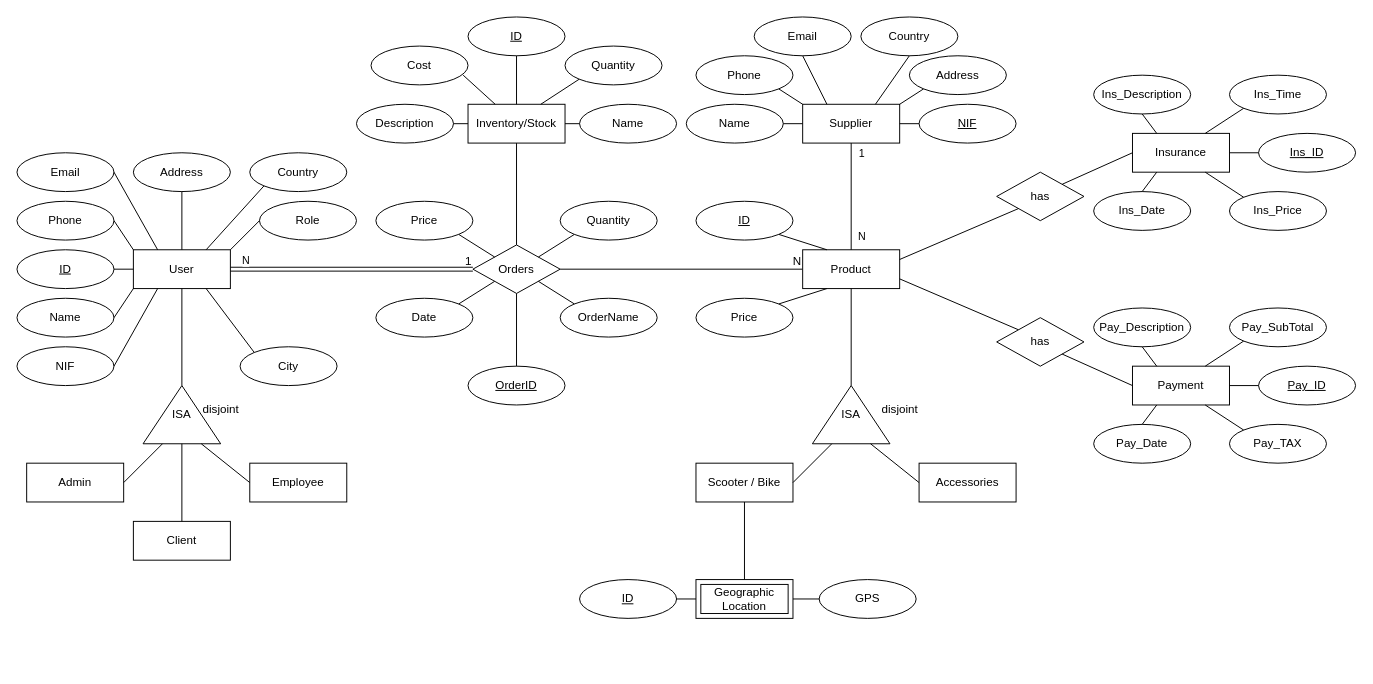
The draw.io diagram RentalService.drawio in joaoafonso02/BD, before the edit. Source tidied: cells renumbered, new cells numbered last; positions are measured from the earlier drawing's top-left corner, leaving out a move shared by most shapes. Both pictures are drawn from the tidied source at 97%, with x=0, y=0 at pixel (16, 16).
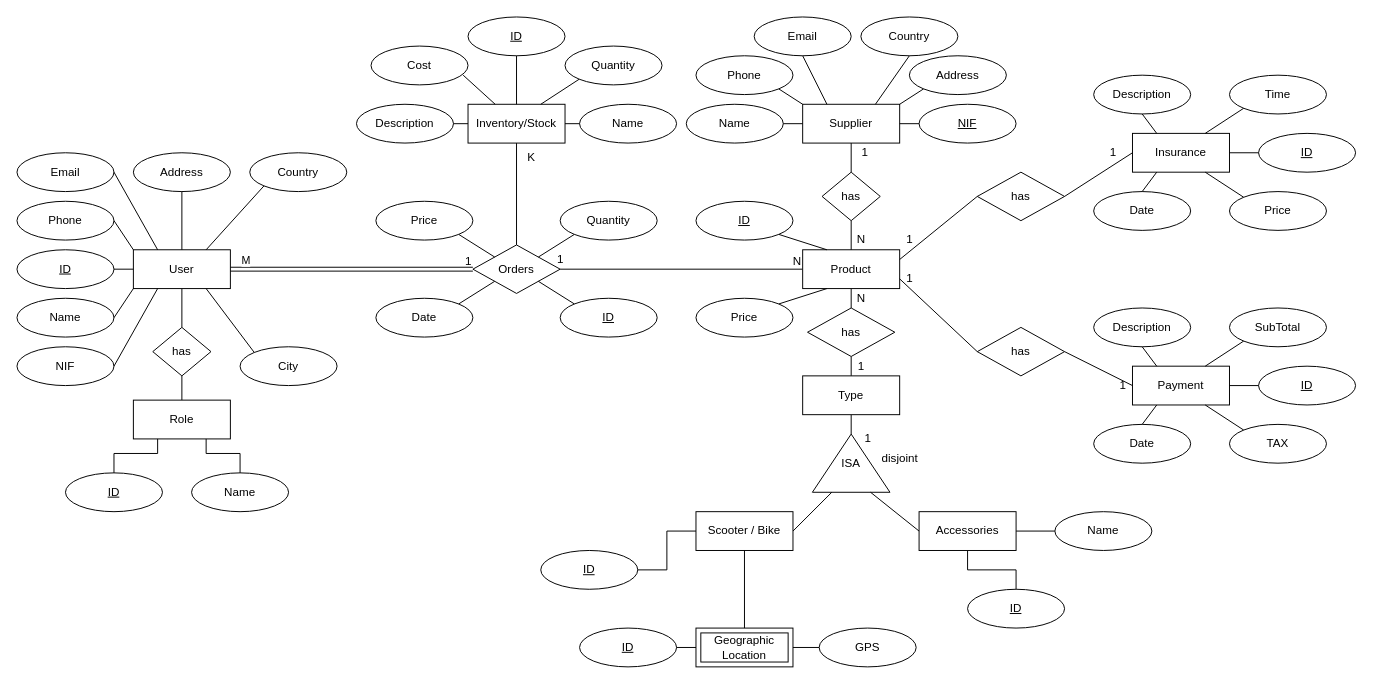
The same page after the edit.

The change refers to these unchanged cells:
```xml
<mxCell id="2" value="User" style="whiteSpace=wrap;html=1;align=center;" parent="1" vertex="1">
  <mxGeometry x="120" y="240" width="100" height="40" as="geometry" />
</mxCell>
<mxCell id="29" style="shape=link;html=1;rounded=0;entryX=0;entryY=0.5;entryDx=0;entryDy=0;" parent="1" edge="1" target="32">
  <mxGeometry relative="1" as="geometry">
    <mxPoint x="220" y="260" as="sourcePoint" />
  </mxGeometry>
</mxCell>
<mxCell id="32" value="Orders" style="shape=rhombus;perimeter=rhombusPerimeter;whiteSpace=wrap;html=1;align=center;" parent="1" vertex="1">
  <mxGeometry x="470" y="235" width="90" height="50" as="geometry" />
</mxCell>
<mxCell id="46" value="Inventory/Stock" style="whiteSpace=wrap;html=1;align=center;" parent="1" vertex="1">
  <mxGeometry x="465" y="90" width="100" height="40" as="geometry" />
</mxCell>
<mxCell id="57" value="Product" style="whiteSpace=wrap;html=1;align=center;" parent="1" vertex="1">
  <mxGeometry x="810" y="240" width="100" height="40" as="geometry" />
</mxCell>
<mxCell id="58" value="Supplier" style="whiteSpace=wrap;html=1;align=center;" parent="1" vertex="1">
  <mxGeometry x="810" y="90" width="100" height="40" as="geometry" />
</mxCell>
<mxCell id="84" value="Insurance" style="whiteSpace=wrap;html=1;align=center;" parent="1" vertex="1">
  <mxGeometry x="1150" y="120" width="100" height="40" as="geometry" />
</mxCell>
<mxCell id="85" value="Payment" style="whiteSpace=wrap;html=1;align=center;" parent="1" vertex="1">
  <mxGeometry x="1150" y="360" width="100" height="40" as="geometry" />
</mxCell>
```

What changed in the source:
```diff
@@
+    <mxCell id="120" style="edgeStyle=orthogonalEdgeStyle;rounded=0;jettySize=auto;html=1;exitX=0.5;exitY=1;exitDx=0;exitDy=0;entryX=0.5;entryY=0;entryDx=0;entryDy=0;endArrow=none;endFill=0;" parent="1" edge="1" source="2" target="148">
+      <mxGeometry relative="1" as="geometry" />
+    </mxCell>
@@
-    <mxCell id="11" style="endArrow=none;html=1;rounded=0;exitX=0.5;exitY=1;exitDx=0;exitDy=0;entryX=1;entryY=0.5;entryDx=0;entryDy=0;" parent="1" edge="1" source="2" target="20">
-      <mxGeometry relative="1" as="geometry" />
-    </mxCell>
@@
-    <mxCell id="20" value="ISA" style="triangle;whiteSpace=wrap;html=1;direction=north;" parent="1" vertex="1">
-      <mxGeometry x="130" y="380" width="80" height="60" as="geometry" />
-    </mxCell>
-    <mxCell id="21" value="Client" style="whiteSpace=wrap;html=1;align=center;" parent="1" vertex="1">
-      <mxGeometry x="120" y="520" width="100" height="40" as="geometry" />
-    </mxCell>
-    <mxCell id="22" value="Admin" style="whiteSpace=wrap;html=1;align=center;" parent="1" vertex="1">
-      <mxGeometry x="10" y="460" width="100" height="40" as="geometry" />
-    </mxCell>
-    <mxCell id="23" value="Employee" style="whiteSpace=wrap;html=1;align=center;" parent="1" vertex="1">
-      <mxGeometry x="240" y="460" width="100" height="40" as="geometry" />
-    </mxCell>
-    <mxCell id="24" style="endArrow=none;html=1;rounded=0;entryX=0;entryY=0.5;entryDx=0;entryDy=0;exitX=0.5;exitY=0;exitDx=0;exitDy=0;" parent="1" edge="1" source="21" target="20">
-      <mxGeometry relative="1" as="geometry" />
-    </mxCell>
-    <mxCell id="25" style="endArrow=none;html=1;rounded=0;entryX=0;entryY=0.25;entryDx=0;entryDy=0;exitX=1;exitY=0.5;exitDx=0;exitDy=0;" parent="1" edge="1" source="22" target="20">
-      <mxGeometry relative="1" as="geometry" />
-    </mxCell>
-    <mxCell id="26" style="endArrow=none;html=1;rounded=0;entryX=0;entryY=0.75;entryDx=0;entryDy=0;exitX=0;exitY=0.5;exitDx=0;exitDy=0;" parent="1" edge="1" source="23" target="20">
-      <mxGeometry relative="1" as="geometry">
-        <Array as="points">
-          <mxPoint x="240" y="480" />
-        </Array>
-      </mxGeometry>
-    </mxCell>
-    <mxCell id="27" value="Role" style="ellipse;whiteSpace=wrap;html=1;align=center;" parent="1" vertex="1">
-      <mxGeometry x="250" y="190" width="100" height="40" as="geometry" />
-    </mxCell>
-    <mxCell id="28" style="endArrow=none;html=1;rounded=0;exitX=0;exitY=0.5;exitDx=0;exitDy=0;" parent="1" edge="1" source="27">
-      <mxGeometry relative="1" as="geometry">
-        <mxPoint x="220" y="240" as="targetPoint" />
-      </mxGeometry>
-    </mxCell>
@@
-    <mxCell id="31" value="N" style="edgeLabel;html=1;align=center;verticalAlign=middle;" parent="29" vertex="1">
+    <mxCell id="31" value="M" style="edgeLabel;html=1;align=center;verticalAlign=middle;" parent="29" vertex="1">
       <mxGeometry x="-0.88" y="6" relative="1" as="geometry">
         <mxPoint y="-4" as="offset" />
       </mxGeometry>
     </mxCell>
+    <mxCell id="121" style="edgeStyle=orthogonalEdgeStyle;rounded=0;jettySize=auto;html=1;exitX=0.5;exitY=0;exitDx=0;exitDy=0;entryX=0.5;entryY=1;entryDx=0;entryDy=0;endArrow=none;endFill=0;" parent="1" edge="1" source="32" target="46">
+      <mxGeometry relative="1" as="geometry" />
+    </mxCell>
@@
-    <mxCell id="35" value="OrderName" style="ellipse;whiteSpace=wrap;html=1;align=center;" parent="1" vertex="1">
-      <mxGeometry x="560" y="290" width="100" height="40" as="geometry" />
-    </mxCell>
-    <mxCell id="36" value="&lt;u&gt;OrderID&lt;/u&gt;" style="ellipse;whiteSpace=wrap;html=1;align=center;" parent="1" vertex="1">
-      <mxGeometry x="465" y="360" width="100" height="40" as="geometry" />
+    <mxCell id="36" value="&lt;u&gt;ID&lt;/u&gt;" style="ellipse;whiteSpace=wrap;html=1;align=center;" parent="1" vertex="1">
+      <mxGeometry x="560" y="290" width="100" height="40" as="geometry" />
     </mxCell>
@@
-    <mxCell id="40" style="endArrow=none;html=1;rounded=0;exitX=0.5;exitY=1;exitDx=0;exitDy=0;entryX=0.5;entryY=0;entryDx=0;entryDy=0;" parent="1" edge="1" source="32" target="36">
+    <mxCell id="40" style="endArrow=none;html=1;rounded=0;exitX=1;exitY=1;exitDx=0;exitDy=0;entryX=0;entryY=0;entryDx=0;entryDy=0;" parent="1" edge="1" source="32" target="36">
       <mxGeometry relative="1" as="geometry" />
     </mxCell>
-    <mxCell id="41" style="endArrow=none;html=1;rounded=0;exitX=1;exitY=1;exitDx=0;exitDy=0;entryX=0;entryY=0;entryDx=0;entryDy=0;" parent="1" edge="1" source="32" target="35">
-      <mxGeometry relative="1" as="geometry" />
-    </mxCell>
@@
-    <mxCell id="45" style="endArrow=none;html=1;rounded=0;exitX=0.5;exitY=1;exitDx=0;exitDy=0;entryX=0.5;entryY=0;entryDx=0;entryDy=0;" parent="1" edge="1" source="46" target="32">
-      <mxGeometry relative="1" as="geometry" />
-    </mxCell>
@@
+    <mxCell id="122" style="edgeStyle=orthogonalEdgeStyle;rounded=0;jettySize=auto;html=1;exitX=0.5;exitY=1;exitDx=0;exitDy=0;entryX=0.5;entryY=0;entryDx=0;entryDy=0;endArrow=none;endFill=0;" parent="1" edge="1" source="57" target="133">
+      <mxGeometry relative="1" as="geometry" />
+    </mxCell>
@@
-    <mxCell id="59" style="endArrow=none;html=1;rounded=0;exitX=0.5;exitY=1;exitDx=0;exitDy=0;entryX=0.5;entryY=0;entryDx=0;entryDy=0;" parent="1" edge="1" source="58" target="57">
-      <mxGeometry relative="1" as="geometry" />
-    </mxCell>
-    <mxCell id="60" value="N" style="edgeLabel;html=1;align=center;verticalAlign=middle;" parent="59" vertex="1">
-      <mxGeometry x="0.73" relative="1" as="geometry">
-        <mxPoint x="10" as="offset" />
-      </mxGeometry>
-    </mxCell>
-    <mxCell id="61" value="1" style="edgeLabel;html=1;align=center;verticalAlign=middle;" parent="59" vertex="1">
-      <mxGeometry x="-0.82" y="1" relative="1" as="geometry">
-        <mxPoint x="9" as="offset" />
-      </mxGeometry>
-    </mxCell>
@@
     <mxCell id="66" value="ISA" style="triangle;whiteSpace=wrap;html=1;direction=north;" parent="1" vertex="1">
-      <mxGeometry x="820" y="380" width="80" height="60" as="geometry" />
+      <mxGeometry x="820" y="430" width="80" height="60" as="geometry" />
     </mxCell>
     <mxCell id="67" value="Scooter / Bike" style="whiteSpace=wrap;html=1;align=center;" parent="1" vertex="1">
-      <mxGeometry x="700" y="460" width="100" height="40" as="geometry" />
+      <mxGeometry x="700" y="510" width="100" height="40" as="geometry" />
     </mxCell>
+    <mxCell id="123" style="edgeStyle=orthogonalEdgeStyle;rounded=0;jettySize=auto;html=1;exitX=0.5;exitY=1;exitDx=0;exitDy=0;entryX=0.5;entryY=0;entryDx=0;entryDy=0;endArrow=none;endFill=0;" parent="1" edge="1" source="68" target="140">
+      <mxGeometry relative="1" as="geometry" />
+    </mxCell>
+    <mxCell id="124" style="edgeStyle=orthogonalEdgeStyle;rounded=0;jettySize=auto;html=1;exitX=1;exitY=0.5;exitDx=0;exitDy=0;entryX=0;entryY=0.5;entryDx=0;entryDy=0;endArrow=none;endFill=0;" parent="1" edge="1" source="68" target="141">
+      <mxGeometry relative="1" as="geometry" />
+    </mxCell>
     <mxCell id="68" value="Accessories" style="whiteSpace=wrap;html=1;align=center;" parent="1" vertex="1">
-      <mxGeometry x="930" y="460" width="100" height="40" as="geometry" />
+      <mxGeometry x="930" y="510" width="100" height="40" as="geometry" />
     </mxCell>
@@
     <mxCell id="70" style="endArrow=none;html=1;rounded=0;entryX=0;entryY=0.75;entryDx=0;entryDy=0;exitX=0;exitY=0.5;exitDx=0;exitDy=0;" parent="1" edge="1" source="68" target="66">
       <mxGeometry relative="1" as="geometry">
         <Array as="points">
-          <mxPoint x="930" y="480" />
+          <mxPoint x="930" y="530" />
         </Array>
       </mxGeometry>
     </mxCell>
-    <mxCell id="71" style="endArrow=none;html=1;rounded=0;exitX=0.5;exitY=1;exitDx=0;exitDy=0;entryX=1;entryY=0.5;entryDx=0;entryDy=0;" parent="1" edge="1" source="57" target="66">
-      <mxGeometry relative="1" as="geometry" />
-    </mxCell>
-    <mxCell id="72" value="disjoint" style="text;html=1;align=center;verticalAlign=middle;strokeColor=none;fillColor=none;" parent="1" vertex="1">
-      <mxGeometry x="180" y="390" width="60" height="30" as="geometry" />
-    </mxCell>
     <mxCell id="73" value="disjoint" style="text;html=1;align=center;verticalAlign=middle;strokeColor=none;fillColor=none;" parent="1" vertex="1">
-      <mxGeometry x="880" y="390" width="60" height="30" as="geometry" />
+      <mxGeometry x="880" y="440" width="60" height="30" as="geometry" />
     </mxCell>
     <mxCell id="74" value="Geographic Location" style="shape=ext;margin=3;double=1;whiteSpace=wrap;html=1;align=center;" parent="1" vertex="1">
-      <mxGeometry x="700" y="580" width="100" height="40" as="geometry" />
+      <mxGeometry x="700" y="630" width="100" height="40" as="geometry" />
     </mxCell>
     <mxCell id="75" value="&lt;u&gt;ID&lt;/u&gt;" style="ellipse;whiteSpace=wrap;html=1;align=center;" parent="1" vertex="1">
-      <mxGeometry x="580" y="580" width="100" height="40" as="geometry" />
+      <mxGeometry x="580" y="630" width="100" height="40" as="geometry" />
     </mxCell>
     <mxCell id="76" value="GPS" style="ellipse;whiteSpace=wrap;html=1;align=center;" parent="1" vertex="1">
-      <mxGeometry x="827" y="580" width="100" height="40" as="geometry" />
+      <mxGeometry x="827" y="630" width="100" height="40" as="geometry" />
     </mxCell>
     <mxCell id="77" style="endArrow=none;html=1;rounded=0;exitX=1;exitY=0.5;exitDx=0;exitDy=0;" parent="1" edge="1" source="75">
       <mxGeometry relative="1" as="geometry">
-        <mxPoint x="700" y="600" as="targetPoint" />
+        <mxPoint x="700" y="650" as="targetPoint" />
       </mxGeometry>
     </mxCell>
@@
-    <mxCell id="80" style="endArrow=none;html=1;rounded=0;exitX=1;exitY=0.75;exitDx=0;exitDy=0;entryX=0;entryY=0;entryDx=0;entryDy=0;" parent="1" edge="1" source="57" target="82">
+    <mxCell id="80" style="endArrow=none;html=1;rounded=0;exitX=1;exitY=0.75;exitDx=0;exitDy=0;entryX=0;entryY=0.5;entryDx=0;entryDy=0;" parent="1" edge="1" source="57" target="82">
       <mxGeometry relative="1" as="geometry" />
     </mxCell>
     <mxCell id="81" value="has" style="shape=rhombus;perimeter=rhombusPerimeter;whiteSpace=wrap;html=1;align=center;" parent="1" vertex="1">
-      <mxGeometry x="1010" y="160" width="90" height="50" as="geometry" />
+      <mxGeometry x="990" y="160" width="90" height="50" as="geometry" />
     </mxCell>
     <mxCell id="82" value="has" style="shape=rhombus;perimeter=rhombusPerimeter;whiteSpace=wrap;html=1;align=center;" parent="1" vertex="1">
-      <mxGeometry x="1010" y="310" width="90" height="50" as="geometry" />
+      <mxGeometry x="990" y="320" width="90" height="50" as="geometry" />
     </mxCell>
-    <mxCell id="83" style="endArrow=none;html=1;rounded=0;exitX=1;exitY=0.25;exitDx=0;exitDy=0;entryX=0;entryY=1;entryDx=0;entryDy=0;" parent="1" edge="1" source="57" target="81">
+    <mxCell id="83" style="endArrow=none;html=1;rounded=0;exitX=1;exitY=0.25;exitDx=0;exitDy=0;entryX=0;entryY=0.5;entryDx=0;entryDy=0;" parent="1" edge="1" source="57" target="81">
       <mxGeometry relative="1" as="geometry" />
     </mxCell>
@@
-    <mxCell id="86" style="endArrow=none;html=1;rounded=0;exitX=1;exitY=0;exitDx=0;exitDy=0;entryX=0;entryY=0.5;entryDx=0;entryDy=0;" parent="1" edge="1" source="81" target="84">
+    <mxCell id="86" style="endArrow=none;html=1;rounded=0;exitX=1;exitY=0.5;exitDx=0;exitDy=0;entryX=0;entryY=0.5;entryDx=0;entryDy=0;" parent="1" edge="1" source="81" target="84">
       <mxGeometry relative="1" as="geometry" />
     </mxCell>
-    <mxCell id="87" style="endArrow=none;html=1;rounded=0;exitX=1;exitY=1;exitDx=0;exitDy=0;entryX=0;entryY=0.5;entryDx=0;entryDy=0;" parent="1" edge="1" source="82" target="85">
+    <mxCell id="87" style="endArrow=none;html=1;rounded=0;exitX=1;exitY=0.5;exitDx=0;exitDy=0;entryX=0;entryY=0.5;entryDx=0;entryDy=0;" parent="1" edge="1" source="82" target="85">
       <mxGeometry relative="1" as="geometry" />
     </mxCell>
-    <mxCell id="88" value="&lt;u&gt;Pay_ID&lt;/u&gt;" style="ellipse;whiteSpace=wrap;html=1;align=center;" parent="1" vertex="1">
+    <mxCell id="88" value="&lt;u&gt;ID&lt;/u&gt;" style="ellipse;whiteSpace=wrap;html=1;align=center;" parent="1" vertex="1">
       <mxGeometry x="1280" y="360" width="100" height="40" as="geometry" />
     </mxCell>
-    <mxCell id="89" value="Pay_TAX" style="ellipse;whiteSpace=wrap;html=1;align=center;" parent="1" vertex="1">
+    <mxCell id="89" value="TAX" style="ellipse;whiteSpace=wrap;html=1;align=center;" parent="1" vertex="1">
       <mxGeometry x="1250" y="420" width="100" height="40" as="geometry" />
     </mxCell>
-    <mxCell id="90" value="Pay_Date" style="ellipse;whiteSpace=wrap;html=1;align=center;" parent="1" vertex="1">
+    <mxCell id="90" value="Date" style="ellipse;whiteSpace=wrap;html=1;align=center;" parent="1" vertex="1">
       <mxGeometry x="1110" y="420" width="100" height="40" as="geometry" />
     </mxCell>
-    <mxCell id="91" value="Pay_SubTotal" style="ellipse;whiteSpace=wrap;html=1;align=center;" parent="1" vertex="1">
+    <mxCell id="91" value="SubTotal" style="ellipse;whiteSpace=wrap;html=1;align=center;" parent="1" vertex="1">
       <mxGeometry x="1250" y="300" width="100" height="40" as="geometry" />
     </mxCell>
-    <mxCell id="92" value="Pay_Description" style="ellipse;whiteSpace=wrap;html=1;align=center;" parent="1" vertex="1">
+    <mxCell id="92" value="Description" style="ellipse;whiteSpace=wrap;html=1;align=center;" parent="1" vertex="1">
       <mxGeometry x="1110" y="300" width="100" height="40" as="geometry" />
     </mxCell>
-    <mxCell id="93" value="&lt;u&gt;Ins_ID&lt;/u&gt;" style="ellipse;whiteSpace=wrap;html=1;align=center;" parent="1" vertex="1">
+    <mxCell id="93" value="&lt;u&gt;ID&lt;/u&gt;" style="ellipse;whiteSpace=wrap;html=1;align=center;" parent="1" vertex="1">
       <mxGeometry x="1280" y="120" width="100" height="40" as="geometry" />
     </mxCell>
-    <mxCell id="94" value="Ins_Date" style="ellipse;whiteSpace=wrap;html=1;align=center;" parent="1" vertex="1">
+    <mxCell id="94" value="Date" style="ellipse;whiteSpace=wrap;html=1;align=center;" parent="1" vertex="1">
       <mxGeometry x="1110" y="180" width="100" height="40" as="geometry" />
     </mxCell>
-    <mxCell id="95" value="Ins_Price" style="ellipse;whiteSpace=wrap;html=1;align=center;" parent="1" vertex="1">
+    <mxCell id="95" value="Price" style="ellipse;whiteSpace=wrap;html=1;align=center;" parent="1" vertex="1">
       <mxGeometry x="1250" y="180" width="100" height="40" as="geometry" />
     </mxCell>
-    <mxCell id="96" value="Ins_Time" style="ellipse;whiteSpace=wrap;html=1;align=center;" parent="1" vertex="1">
+    <mxCell id="96" value="Time" style="ellipse;whiteSpace=wrap;html=1;align=center;" parent="1" vertex="1">
       <mxGeometry x="1250" y="60" width="100" height="40" as="geometry" />
     </mxCell>
-    <mxCell id="97" value="Ins_Description" style="ellipse;whiteSpace=wrap;html=1;align=center;" parent="1" vertex="1">
+    <mxCell id="97" value="Description" style="ellipse;whiteSpace=wrap;html=1;align=center;" parent="1" vertex="1">
       <mxGeometry x="1110" y="60" width="100" height="40" as="geometry" />
     </mxCell>
@@
+    <mxCell id="125" style="edgeStyle=orthogonalEdgeStyle;rounded=0;jettySize=auto;html=1;exitX=0.5;exitY=0;exitDx=0;exitDy=0;entryX=0.5;entryY=1;entryDx=0;entryDy=0;endArrow=none;endFill=0;" parent="1" edge="1" source="127" target="58">
+      <mxGeometry relative="1" as="geometry" />
+    </mxCell>
+    <mxCell id="126" style="edgeStyle=orthogonalEdgeStyle;rounded=0;jettySize=auto;html=1;exitX=0.5;exitY=1;exitDx=0;exitDy=0;entryX=0.5;entryY=0;entryDx=0;entryDy=0;endArrow=none;endFill=0;" parent="1" edge="1" source="127" target="57">
+      <mxGeometry relative="1" as="geometry" />
+    </mxCell>
+    <mxCell id="127" value="&lt;div&gt;has&lt;/div&gt;" style="rhombus;whiteSpace=wrap;html=1;" parent="1" vertex="1">
+      <mxGeometry x="830" y="160" width="60" height="50" as="geometry" />
+    </mxCell>
+    <mxCell id="128" value="&lt;div&gt;N&lt;/div&gt;" style="text;html=1;align=center;verticalAlign=middle;strokeColor=none;fillColor=none;" parent="1" vertex="1">
+      <mxGeometry x="855" y="215" width="30" height="30" as="geometry" />
+    </mxCell>
+    <mxCell id="129" value="1" style="text;html=1;align=center;verticalAlign=middle;strokeColor=none;fillColor=none;" parent="1" vertex="1">
+      <mxGeometry x="545" y="235" width="30" height="30" as="geometry" />
+    </mxCell>
+    <mxCell id="130" value="K" style="text;html=1;align=center;verticalAlign=middle;strokeColor=none;fillColor=none;" parent="1" vertex="1">
+      <mxGeometry x="515" y="130" width="30" height="30" as="geometry" />
+    </mxCell>
+    <mxCell id="131" value="1" style="text;html=1;align=center;verticalAlign=middle;strokeColor=none;fillColor=none;" parent="1" vertex="1">
+      <mxGeometry x="859" y="125" width="30" height="30" as="geometry" />
+    </mxCell>
+    <mxCell id="132" style="edgeStyle=orthogonalEdgeStyle;rounded=0;jettySize=auto;html=1;exitX=0.5;exitY=1;exitDx=0;exitDy=0;entryX=0.5;entryY=0;entryDx=0;entryDy=0;endArrow=none;endFill=0;" parent="1" edge="1" source="133" target="135">
+      <mxGeometry relative="1" as="geometry" />
+    </mxCell>
+    <mxCell id="133" value="has" style="shape=rhombus;perimeter=rhombusPerimeter;whiteSpace=wrap;html=1;align=center;" parent="1" vertex="1">
+      <mxGeometry x="815" y="300" width="90" height="50" as="geometry" />
+    </mxCell>
+    <mxCell id="134" style="edgeStyle=orthogonalEdgeStyle;rounded=0;jettySize=auto;html=1;exitX=0.5;exitY=1;exitDx=0;exitDy=0;entryX=1;entryY=0.5;entryDx=0;entryDy=0;endArrow=none;endFill=0;" parent="1" edge="1" source="135" target="66">
+      <mxGeometry relative="1" as="geometry" />
+    </mxCell>
+    <mxCell id="135" value="Type" style="whiteSpace=wrap;html=1;align=center;" parent="1" vertex="1">
+      <mxGeometry x="810" y="370" width="100" height="40" as="geometry" />
+    </mxCell>
+    <mxCell id="136" value="1" style="text;html=1;align=center;verticalAlign=middle;strokeColor=none;fillColor=none;" parent="1" vertex="1">
+      <mxGeometry x="855" y="345" width="30" height="30" as="geometry" />
+    </mxCell>
+    <mxCell id="137" value="1" style="text;html=1;align=center;verticalAlign=middle;strokeColor=none;fillColor=none;" parent="1" vertex="1">
+      <mxGeometry x="862" y="420" width="30" height="30" as="geometry" />
+    </mxCell>
+    <mxCell id="138" style="edgeStyle=orthogonalEdgeStyle;rounded=0;jettySize=auto;html=1;exitX=1;exitY=0.5;exitDx=0;exitDy=0;entryX=0;entryY=0.5;entryDx=0;entryDy=0;endArrow=none;endFill=0;" parent="1" edge="1" source="139" target="67">
+      <mxGeometry relative="1" as="geometry" />
+    </mxCell>
+    <mxCell id="139" value="&lt;u&gt;ID&lt;/u&gt;" style="ellipse;whiteSpace=wrap;html=1;align=center;" parent="1" vertex="1">
+      <mxGeometry x="540" y="550" width="100" height="40" as="geometry" />
+    </mxCell>
+    <mxCell id="140" value="&lt;u&gt;ID&lt;/u&gt;" style="ellipse;whiteSpace=wrap;html=1;align=center;" parent="1" vertex="1">
+      <mxGeometry x="980" y="590" width="100" height="40" as="geometry" />
+    </mxCell>
+    <mxCell id="141" value="Name" style="ellipse;whiteSpace=wrap;html=1;align=center;" parent="1" vertex="1">
+      <mxGeometry x="1070" y="510" width="100" height="40" as="geometry" />
+    </mxCell>
+    <mxCell id="142" value="N" style="text;html=1;align=center;verticalAlign=middle;strokeColor=none;fillColor=none;" parent="1" vertex="1">
+      <mxGeometry x="855" y="275" width="30" height="30" as="geometry" />
+    </mxCell>
+    <mxCell id="143" value="1" style="text;html=1;align=center;verticalAlign=middle;strokeColor=none;fillColor=none;" parent="1" vertex="1">
+      <mxGeometry x="905" y="255" width="30" height="30" as="geometry" />
+    </mxCell>
+    <mxCell id="144" value="1" style="text;html=1;align=center;verticalAlign=middle;strokeColor=none;fillColor=none;" parent="1" vertex="1">
+      <mxGeometry x="1125" y="365" width="30" height="30" as="geometry" />
+    </mxCell>
+    <mxCell id="145" value="1" style="text;html=1;align=center;verticalAlign=middle;strokeColor=none;fillColor=none;" parent="1" vertex="1">
+      <mxGeometry x="905" y="215" width="30" height="30" as="geometry" />
+    </mxCell>
+    <mxCell id="146" value="1" style="text;html=1;align=center;verticalAlign=middle;strokeColor=none;fillColor=none;" parent="1" vertex="1">
+      <mxGeometry x="1115" y="125" width="30" height="30" as="geometry" />
+    </mxCell>
+    <mxCell id="147" style="edgeStyle=orthogonalEdgeStyle;rounded=0;jettySize=auto;html=1;exitX=0.5;exitY=1;exitDx=0;exitDy=0;entryX=0.5;entryY=0;entryDx=0;entryDy=0;endArrow=none;endFill=0;" parent="1" edge="1" source="148" target="27">
+      <mxGeometry relative="1" as="geometry" />
+    </mxCell>
+    <mxCell id="148" value="&lt;div&gt;has&lt;/div&gt;" style="rhombus;whiteSpace=wrap;html=1;" parent="1" vertex="1">
+      <mxGeometry x="140" y="320" width="60" height="50" as="geometry" />
+    </mxCell>
+    <mxCell id="27" value="Role" style="whiteSpace=wrap;html=1;align=center;" parent="1" vertex="1">
+      <mxGeometry x="120" y="395" width="100" height="40" as="geometry" />
+    </mxCell>
+    <mxCell id="149" style="edgeStyle=orthogonalEdgeStyle;rounded=0;jettySize=auto;html=1;exitX=0.5;exitY=0;exitDx=0;exitDy=0;entryX=0.25;entryY=1;entryDx=0;entryDy=0;endArrow=none;endFill=0;" parent="1" edge="1" source="150" target="27">
+      <mxGeometry relative="1" as="geometry" />
+    </mxCell>
+    <mxCell id="150" value="ID" style="ellipse;whiteSpace=wrap;html=1;align=center;fontStyle=4;" parent="1" vertex="1">
+      <mxGeometry x="50" y="470" width="100" height="40" as="geometry" />
+    </mxCell>
+    <mxCell id="151" style="edgeStyle=orthogonalEdgeStyle;rounded=0;jettySize=auto;html=1;exitX=0.5;exitY=0;exitDx=0;exitDy=0;entryX=0.75;entryY=1;entryDx=0;entryDy=0;endArrow=none;endFill=0;" parent="1" edge="1" source="152" target="27">
+      <mxGeometry relative="1" as="geometry" />
+    </mxCell>
+    <mxCell id="152" value="Name" style="ellipse;whiteSpace=wrap;html=1;align=center;" parent="1" vertex="1">
+      <mxGeometry x="180" y="470" width="100" height="40" as="geometry" />
+    </mxCell>
```
